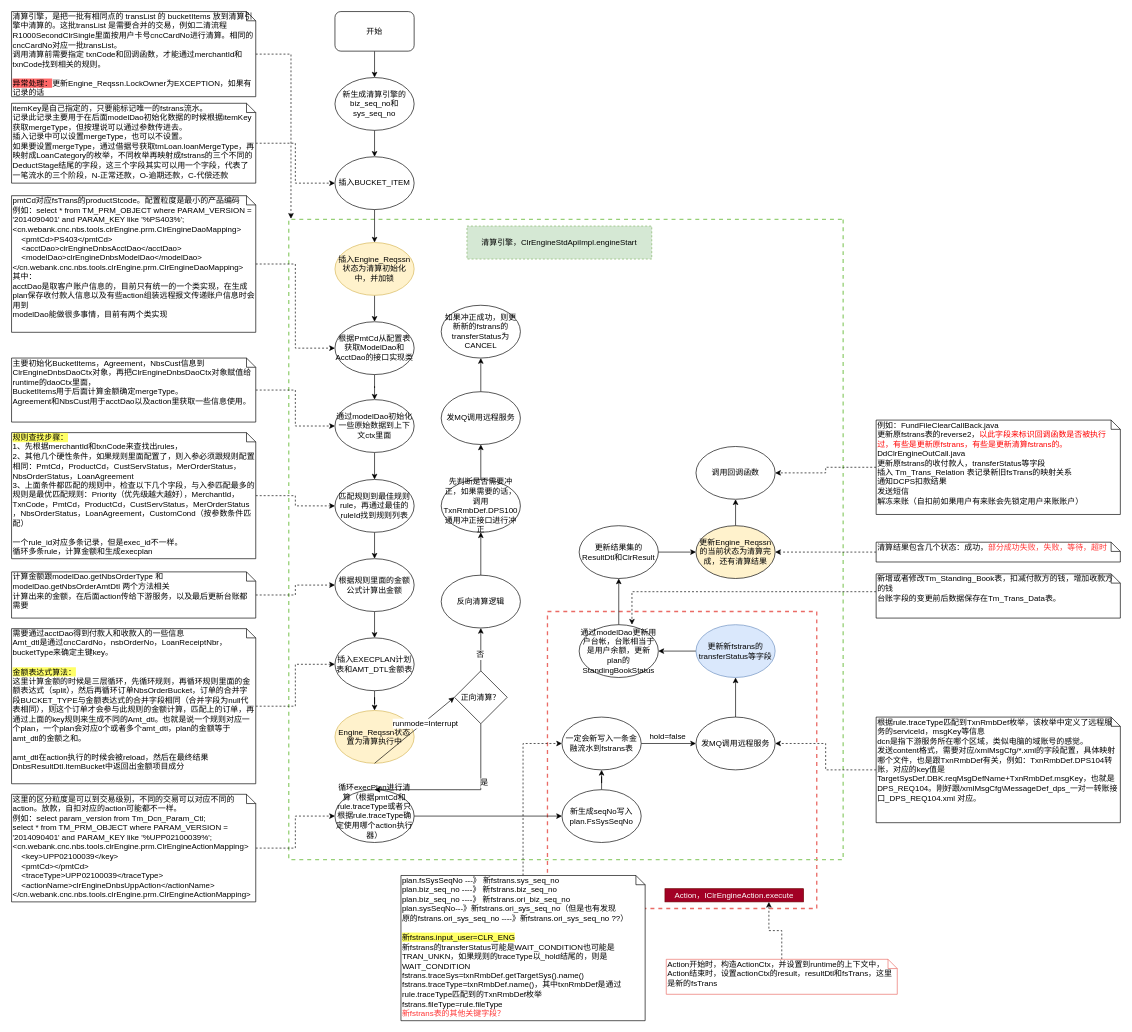
This is 清算引擎.drawio from staconfree/design, a draw.io file, before an edit. Source tidied: cells renumbered, new cells numbered last; positions are measured from the earlier drawing's top-left corner, leaving out a move shared by most shapes. Both pictures are drawn from the tidied source at 66%, with x=0, y=0 at pixel (11, 11).
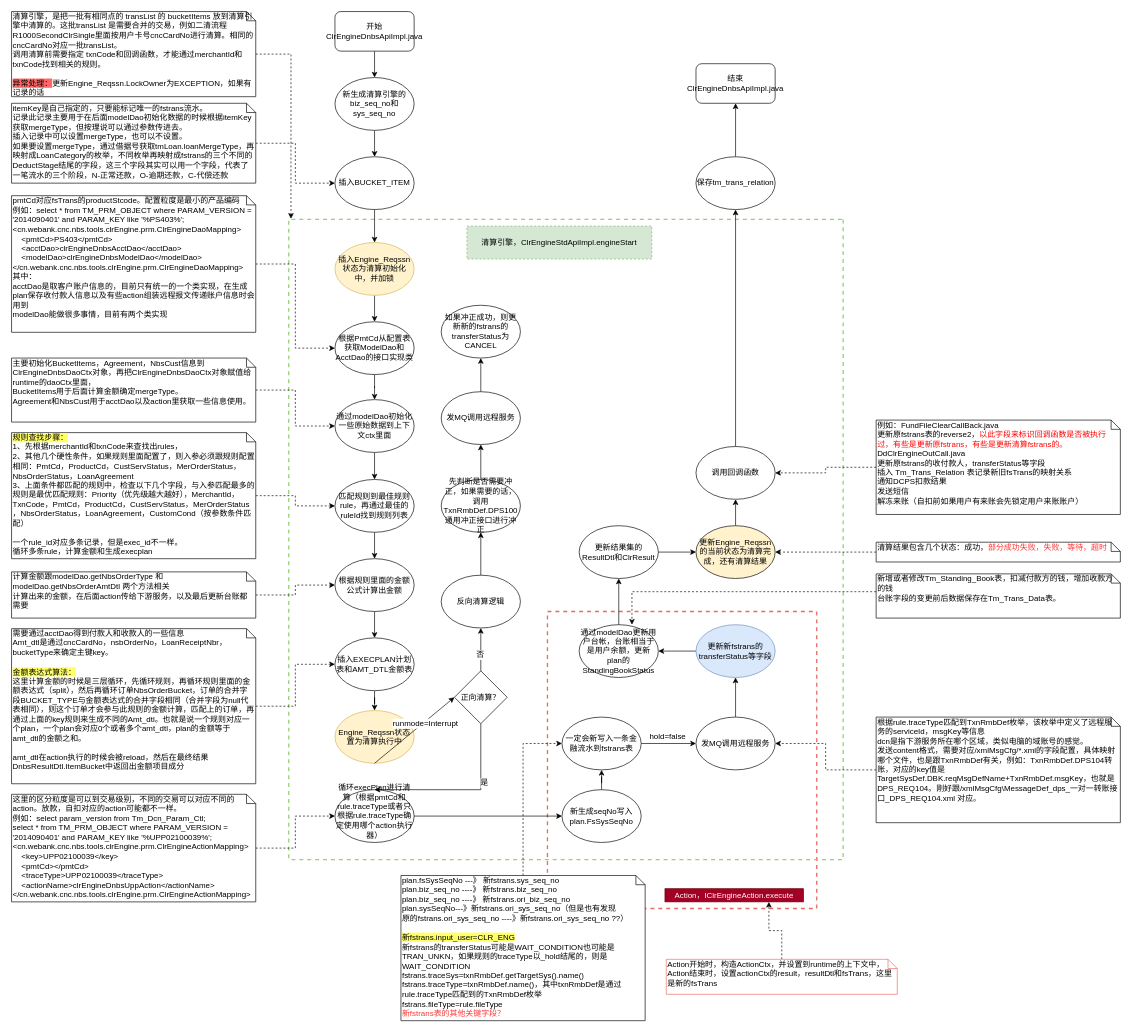
After the change.

Commit message:
更新清算引擎.drawio

Unchanged cells that the change refers to:
```xml
<mxCell id="46" value="调用回调函数" style="ellipse;whiteSpace=wrap;html=1;" parent="1" vertex="1">
  <mxGeometry x="1037" y="659" width="120" height="80" as="geometry" />
</mxCell>
```

The edit, as a diff of the source:
```diff
@@
-    <mxCell id="5" value="开始" style="rounded=1;whiteSpace=wrap;html=1;" parent="1" vertex="1">
+    <mxCell id="5" value="&lt;div&gt;开始&lt;/div&gt;&lt;div&gt;ClrEngineDnbsApiImpl.java&lt;br&gt;&lt;/div&gt;" style="rounded=1;whiteSpace=wrap;html=1;" parent="1" vertex="1">
       <mxGeometry x="490" width="120" height="60" as="geometry" />
     </mxCell>
@@
+    <mxCell id="85" style="edgeStyle=orthogonalEdgeStyle;rounded=0;jettySize=auto;html=1;" parent="1" edge="1" source="46" target="87">
+      <mxGeometry relative="1" as="geometry" />
+    </mxCell>
@@
+    <mxCell id="86" style="edgeStyle=orthogonalEdgeStyle;rounded=0;jettySize=auto;html=1;entryX=0.5;entryY=1;entryDx=0;entryDy=0;" parent="1" edge="1" source="87" target="88">
+      <mxGeometry relative="1" as="geometry" />
+    </mxCell>
+    <mxCell id="87" value="保存tm_trans_relation" style="ellipse;whiteSpace=wrap;html=1;" parent="1" vertex="1">
+      <mxGeometry x="1037" y="220" width="120" height="80" as="geometry" />
+    </mxCell>
+    <mxCell id="88" value="&lt;div&gt;结束&lt;br&gt;&lt;/div&gt;&lt;div&gt;ClrEngineDnbsApiImpl.java&lt;br&gt;&lt;/div&gt;" style="rounded=1;whiteSpace=wrap;html=1;" parent="1" vertex="1">
+      <mxGeometry x="1037" y="79" width="120" height="60" as="geometry" />
+    </mxCell>
```
